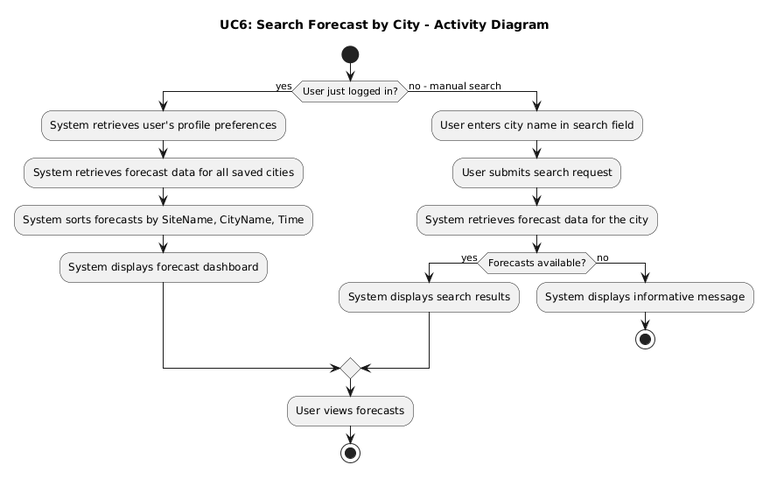
Earlier version of the PlantUML export requirements/activity_diagrams/UC6_Search_Forecast.png (ManosMorf97/Weather-Forecasts-AI-Remastered). Source of this version:
```plantuml
@startuml
title UC6: Search Forecast by City - Activity Diagram

start

if (User just logged in?) then (yes)
  :System retrieves user's profile preferences;
  :System retrieves forecast data for all saved cities;
  :System sorts forecasts by SiteName, CityName, Time;
  :System displays forecast dashboard;
else (no - manual search)
  :User enters city name in search field;
  :User submits search request;
  :System retrieves forecast data for the city;
  if (Forecasts available?) then (yes)
    :System displays search results;
  else (no)
    :System displays informative message;
    stop
  endif
endif

:User views forecasts;
stop
@enduml
```
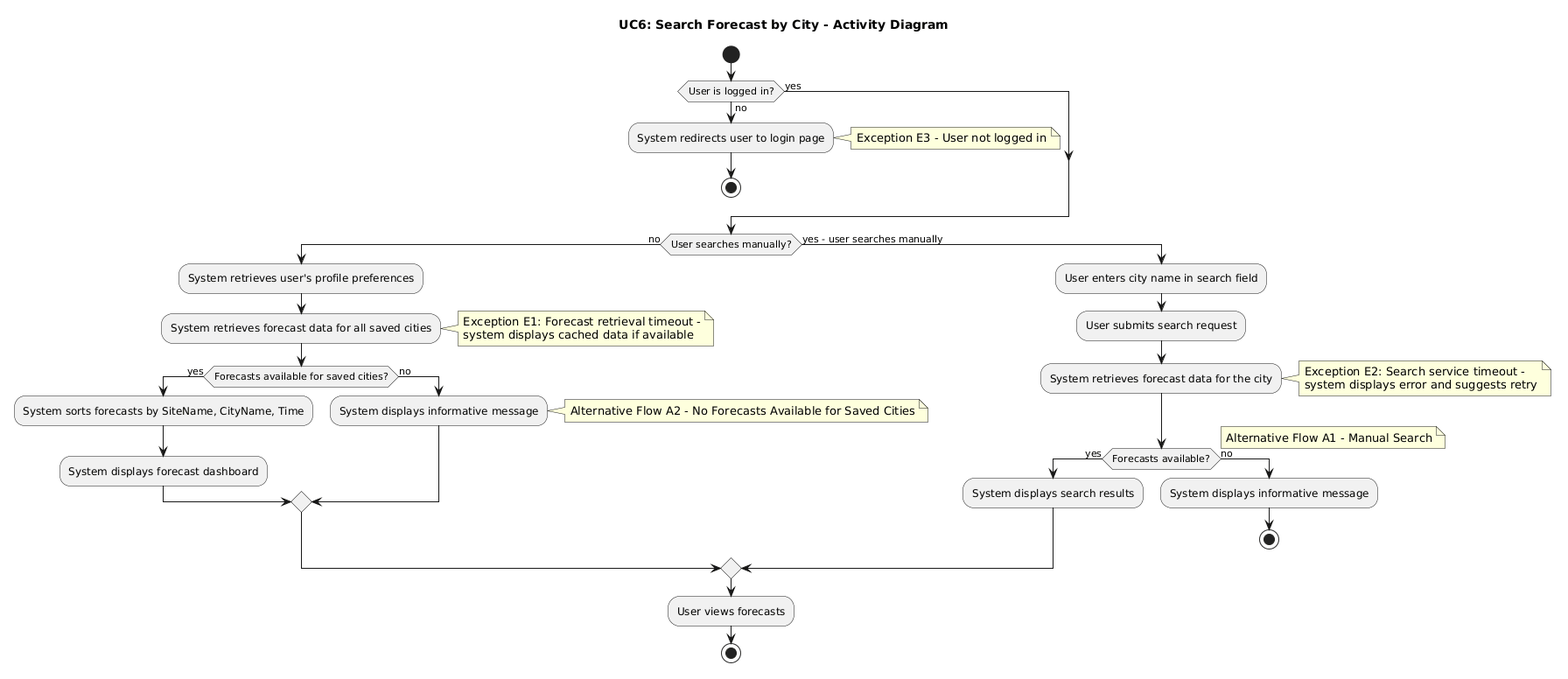
Later version of the same file.

Diff of the diagram source:
```diff
@@ -3,21 +3,42 @@
 
 start
 
-if (User just logged in?) then (yes)
+if (User is logged in?) then (yes)
+else (no)
+  :System redirects user to login page;
+  note right: Exception E3 - User not logged in
+  stop
+endif
+
+if (User searches manually?) then (no)
   :System retrieves user's profile preferences;
   :System retrieves forecast data for all saved cities;
-  :System sorts forecasts by SiteName, CityName, Time;
-  :System displays forecast dashboard;
-else (no - manual search)
+  note right
+    Exception E1: Forecast retrieval timeout -
+    system displays cached data if available
+  end note
+  if (Forecasts available for saved cities?) then (yes)
+    :System sorts forecasts by SiteName, CityName, Time;
+    :System displays forecast dashboard;
+  else (no)
+    :System displays informative message;
+    note right: Alternative Flow A2 - No Forecasts Available for Saved Cities
+  endif
+else (yes - user searches manually)
   :User enters city name in search field;
   :User submits search request;
   :System retrieves forecast data for the city;
+  note right
+    Exception E2: Search service timeout -
+    system displays error and suggests retry
+  end note
   if (Forecasts available?) then (yes)
     :System displays search results;
   else (no)
     :System displays informative message;
     stop
   endif
+  note right: Alternative Flow A1 - Manual Search
 endif
 
 :User views forecasts;
```
